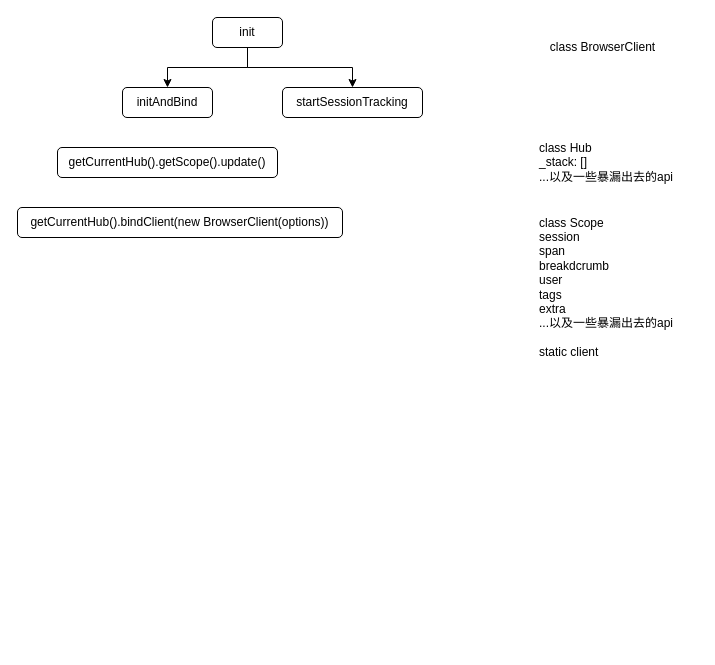
Above: frontend/sentry-js.drawio in Rockergmail/draw.io (draw.io), before the change. Source tidied: cells renumbered, new cells numbered last; positions are measured from the earlier drawing's top-left corner, leaving out a move shared by most shapes. Both pictures are drawn from the tidied source at 100%, with x=0, y=0 at pixel (17, 17).
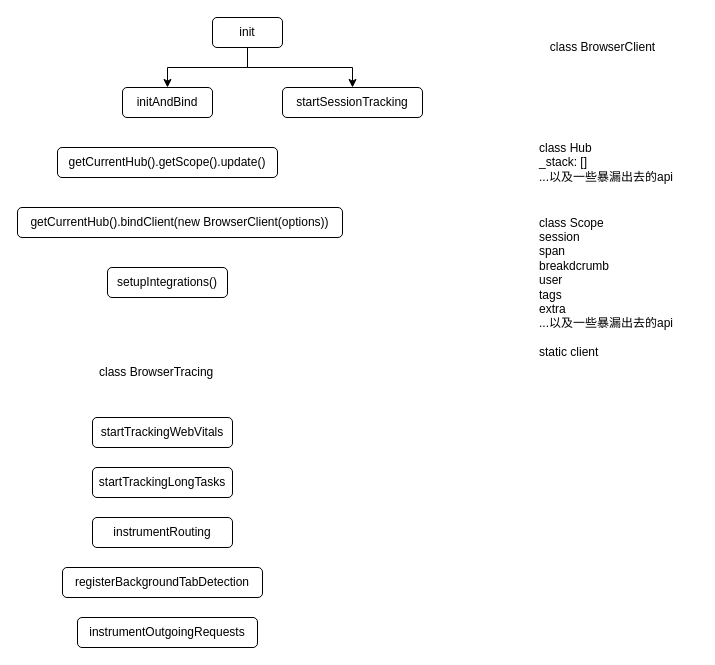
Above is the later version.

The edit, as a diff of the source:
```diff
@@
 <mxGraphModel>
   <root>
     <mxCell id="0" />
     <mxCell id="1" parent="0" />
     <mxCell id="2" style="edgeStyle=orthogonalEdgeStyle;rounded=0;jettySize=auto;html=1;exitX=0.5;exitY=1;exitDx=0;exitDy=0;entryX=0.5;entryY=0;entryDx=0;entryDy=0;" parent="1" edge="1" source="4" target="5">
       <mxGeometry relative="1" as="geometry" />
     </mxCell>
     <mxCell id="3" style="edgeStyle=orthogonalEdgeStyle;rounded=0;jettySize=auto;html=1;exitX=0.5;exitY=1;exitDx=0;exitDy=0;entryX=0.5;entryY=0;entryDx=0;entryDy=0;" parent="1" edge="1" source="4" target="6">
       <mxGeometry relative="1" as="geometry" />
     </mxCell>
     <mxCell id="4" value="init" style="rounded=1;whiteSpace=wrap;html=1;" parent="1" vertex="1">
       <mxGeometry x="195" width="70" height="30" as="geometry" />
     </mxCell>
     <mxCell id="5" value="initAndBind" style="rounded=1;whiteSpace=wrap;html=1;" parent="1" vertex="1">
       <mxGeometry x="105" y="70" width="90" height="30" as="geometry" />
     </mxCell>
     <mxCell id="6" value="startSessionTracking" style="rounded=1;whiteSpace=wrap;html=1;" parent="1" vertex="1">
       <mxGeometry x="265" y="70" width="140" height="30" as="geometry" />
     </mxCell>
     <mxCell id="7" value="getCurrentHub().getScope().update()" style="rounded=1;whiteSpace=wrap;html=1;" parent="1" vertex="1">
       <mxGeometry x="40" y="130" width="220" height="30" as="geometry" />
     </mxCell>
     <mxCell id="8" value="getCurrentHub().bindClient(new BrowserClient(options))" style="rounded=1;whiteSpace=wrap;html=1;" parent="1" vertex="1">
       <mxGeometry y="190" width="325" height="30" as="geometry" />
     </mxCell>
     <mxCell id="9" value="class BrowserClient" style="text;html=1;align=center;verticalAlign=middle;strokeColor=none;fillColor=none;" parent="1" vertex="1">
       <mxGeometry x="520" y="15" width="130" height="30" as="geometry" />
     </mxCell>
     <mxCell id="10" value="class Hub&lt;br&gt;_stack: []&lt;br&gt;...以及一些暴漏出去的api" style="text;html=1;align=left;verticalAlign=middle;strokeColor=none;fillColor=none;" parent="1" vertex="1">
       <mxGeometry x="520" y="115" width="160" height="60" as="geometry" />
     </mxCell>
     <mxCell id="11" value="class Scope&lt;br&gt;session&lt;br&gt;&lt;div style=&quot;&quot;&gt;span&lt;/div&gt;&lt;div style=&quot;&quot;&gt;breakdcrumb&lt;/div&gt;&lt;div style=&quot;&quot;&gt;user&lt;/div&gt;&lt;div style=&quot;&quot;&gt;tags&lt;/div&gt;&lt;div style=&quot;&quot;&gt;extra&lt;/div&gt;&lt;div style=&quot;&quot;&gt;...以及一些暴漏出去的api&lt;/div&gt;&lt;div style=&quot;&quot;&gt;&lt;br&gt;&lt;/div&gt;&lt;div style=&quot;&quot;&gt;static client&lt;/div&gt;" style="text;html=1;align=left;verticalAlign=middle;strokeColor=none;fillColor=none;" parent="1" vertex="1">
       <mxGeometry x="520" y="190" width="160" height="160" as="geometry" />
     </mxCell>
+    <mxCell id="12" value="&lt;span style=&quot;&quot;&gt;setupIntegrations()&lt;/span&gt;" style="rounded=1;whiteSpace=wrap;html=1;" parent="1" vertex="1">
+      <mxGeometry x="90" y="250" width="120" height="30" as="geometry" />
+    </mxCell>
+    <mxCell id="13" value="class BrowserTracing" style="text;html=1;align=left;verticalAlign=middle;strokeColor=none;fillColor=none;" parent="1" vertex="1">
+      <mxGeometry x="80" y="340" width="140" height="30" as="geometry" />
+    </mxCell>
+    <mxCell id="14" value="startTrackingWebVitals" style="rounded=1;whiteSpace=wrap;html=1;" parent="1" vertex="1">
+      <mxGeometry x="75" y="400" width="140" height="30" as="geometry" />
+    </mxCell>
+    <mxCell id="15" value="startTrackingLongTasks" style="rounded=1;whiteSpace=wrap;html=1;" parent="1" vertex="1">
+      <mxGeometry x="75" y="450" width="140" height="30" as="geometry" />
+    </mxCell>
+    <mxCell id="16" value="instrumentRouting" style="rounded=1;whiteSpace=wrap;html=1;" parent="1" vertex="1">
+      <mxGeometry x="75" y="500" width="140" height="30" as="geometry" />
+    </mxCell>
+    <mxCell id="17" value="registerBackgroundTabDetection" style="rounded=1;whiteSpace=wrap;html=1;" parent="1" vertex="1">
+      <mxGeometry x="45" y="550" width="200" height="30" as="geometry" />
+    </mxCell>
+    <mxCell id="18" value="instrumentOutgoingRequests" style="rounded=1;whiteSpace=wrap;html=1;" parent="1" vertex="1">
+      <mxGeometry x="60" y="600" width="180" height="30" as="geometry" />
+    </mxCell>
   </root>
 </mxGraphModel>
```
